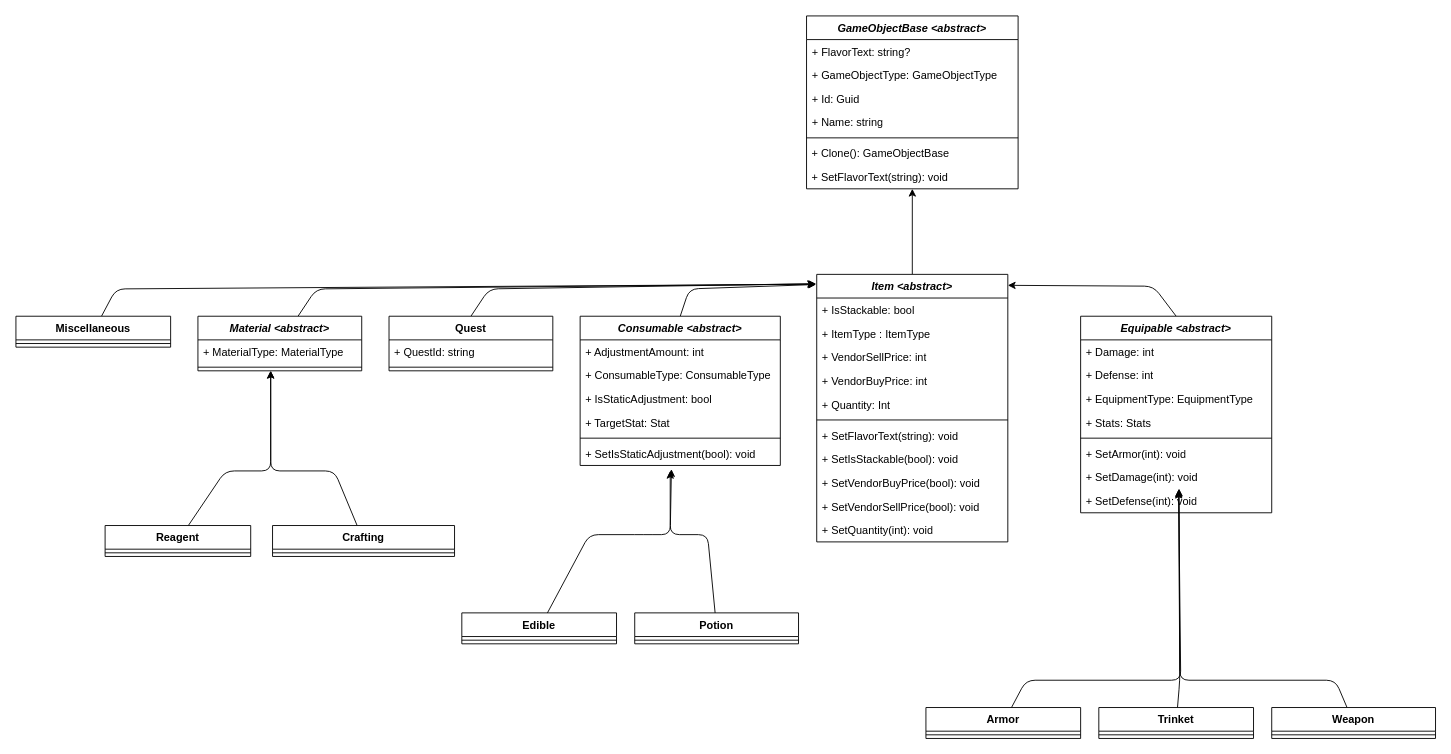
scottfalbo/GameEngine keeps this draw.io diagram as docs/design/domain_models/items.drawio. Above is the earlier version. Source tidied: cells renumbered, new cells numbered last; positions are measured from the earlier drawing's top-left corner, leaving out a move shared by most shapes. Both pictures are drawn from the tidied source at 91%, with x=0, y=0 at pixel (15, 15).
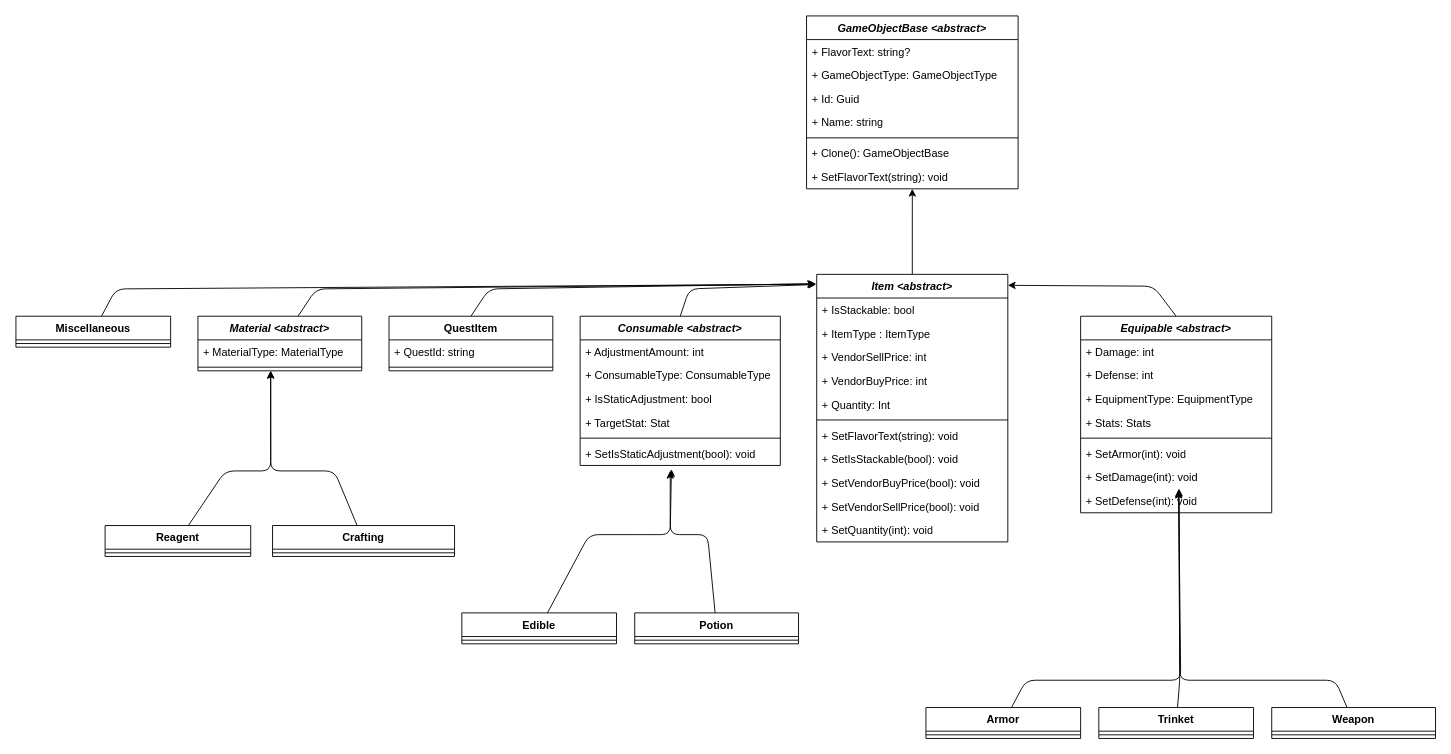
The same page after the edit.

The edit, as a diff of the source:
```diff
@@
-    <mxCell id="43" value="Quest" style="swimlane;fontStyle=1;align=center;verticalAlign=top;horizontal=1;startSize=26;whiteSpace=wrap;html=1;" parent="1" vertex="1">
+    <mxCell id="43" value="QuestItem" style="swimlane;fontStyle=1;align=center;verticalAlign=top;horizontal=1;startSize=26;whiteSpace=wrap;html=1;" parent="1" vertex="1">
       <mxGeometry x="410" y="330" width="180" height="60" as="geometry" />
     </mxCell>
```
